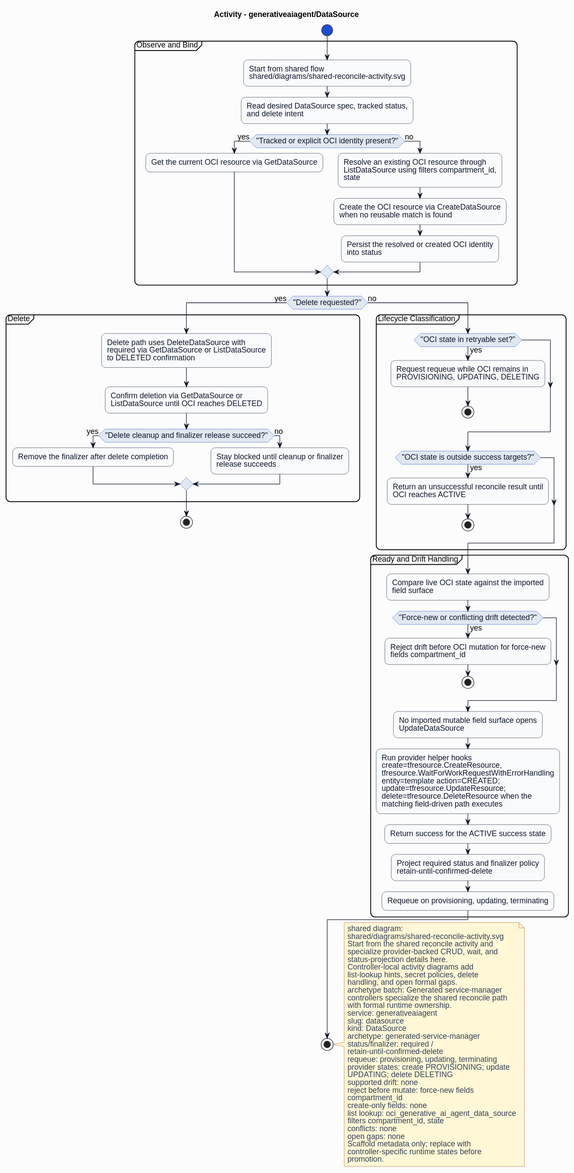
HaoyL666/oci-service-operator keeps this PlantUML diagram as formal/controllers/generativeaiagent/datasource/diagrams/activity.svg. Above is the earlier version.
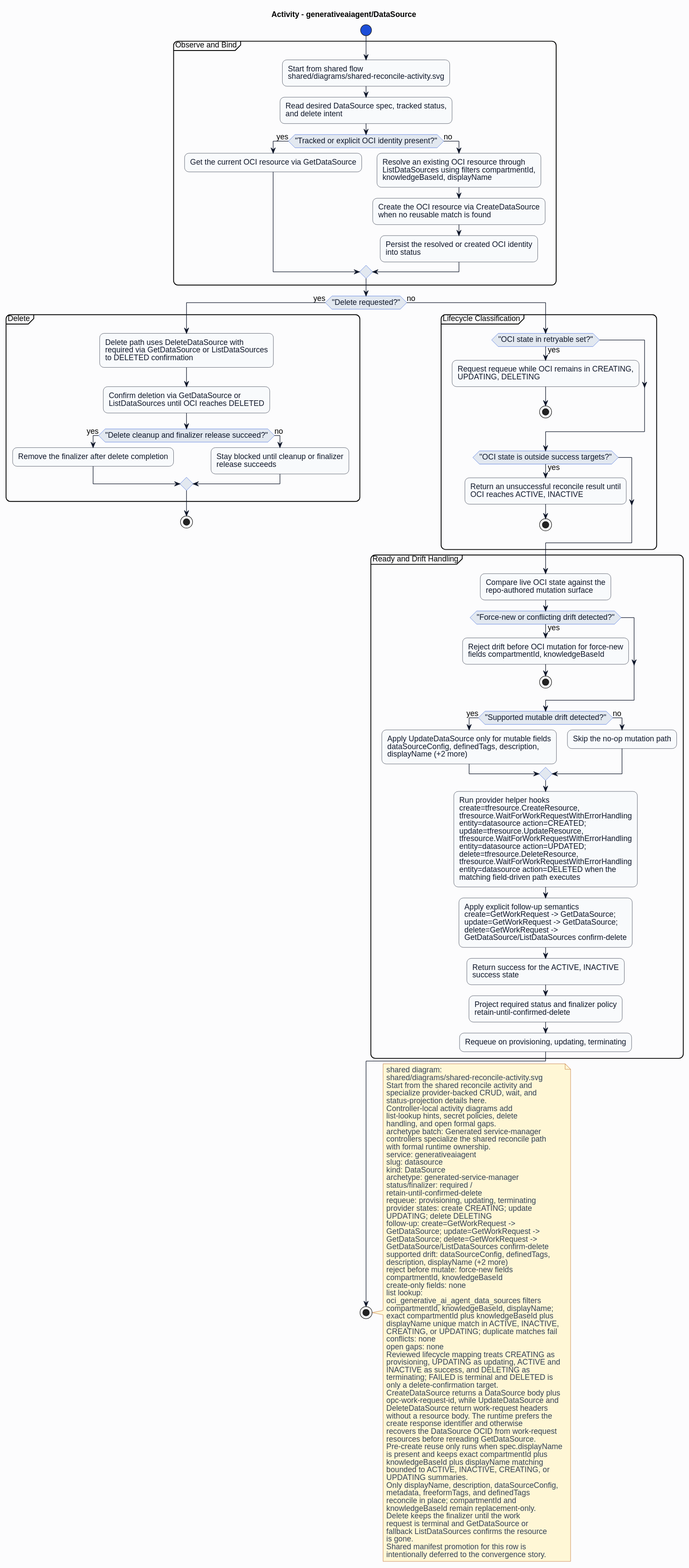
The same file after the commit.

Diff of the diagram source:
```diff
@@ -27,15 +27,15 @@
 if ("Tracked or explicit OCI identity present?") then (yes)
 :Get the current OCI resource via GetDataSource;
 else (no)
-:Resolve an existing OCI resource through\nListDataSource using filters compartment_id,\nstate;
+:Resolve an existing OCI resource through\nListDataSources using filters compartmentId,\nknowledgeBaseId, displayName;
 :Create the OCI resource via CreateDataSource\nwhen no reusable match is found;
 :Persist the resolved or created OCI identity\ninto status;
 endif
 }
 if ("Delete requested?") then (yes)
 partition "Delete" {
-:Delete path uses DeleteDataSource with\nrequired via GetDataSource or ListDataSource\nto DELETED confirmation;
-:Confirm deletion via GetDataSource or\nListDataSource until OCI reaches DELETED;
+:Delete path uses DeleteDataSource with\nrequired via GetDataSource or ListDataSources\nto DELETED confirmation;
+:Confirm deletion via GetDataSource or\nListDataSources until OCI reaches DELETED;
 if ("Delete cleanup and finalizer release succeed?") then (yes)
 :Remove the finalizer after delete completion;
 else (no)
@@ -46,23 +46,28 @@
 else (no)
 partition "Lifecycle Classification" {
 if ("OCI state in retryable set?") then (yes)
-:Request requeue while OCI remains in\nPROVISIONING, UPDATING, DELETING;
+:Request requeue while OCI remains in CREATING,\nUPDATING, DELETING;
 stop
 endif
 if ("OCI state is outside success targets?") then (yes)
-:Return an unsuccessful reconcile result until\nOCI reaches ACTIVE;
+:Return an unsuccessful reconcile result until\nOCI reaches ACTIVE, INACTIVE;
 stop
 endif
 }
 partition "Ready and Drift Handling" {
-:Compare live OCI state against the imported\nfield surface;
+:Compare live OCI state against the\nrepo-authored mutation surface;
 if ("Force-new or conflicting drift detected?") then (yes)
-:Reject drift before OCI mutation for force-new\nfields compartment_id;
+:Reject drift before OCI mutation for force-new\nfields compartmentId, knowledgeBaseId;
 stop
 endif
-:No imported mutable field surface opens\nUpdateDataSource;
-:Run provider helper hooks\ncreate=tfresource.CreateResource,\ntfresource.WaitForWorkRequestWithErrorHandling\nentity=template action=CREATED;\nupdate=tfresource.UpdateResource;\ndelete=tfresource.DeleteResource when the\nmatching field-driven path executes;
-:Return success for the ACTIVE success state;
+if ("Supported mutable drift detected?") then (yes)
+:Apply UpdateDataSource only for mutable fields\ndataSourceConfig, definedTags, description,\ndisplayName (+2 more);
+else (no)
+:Skip the no-op mutation path;
+endif
+:Run provider helper hooks\ncreate=tfresource.CreateResource,\ntfresource.WaitForWorkRequestWithErrorHandling\nentity=datasource action=CREATED;\nupdate=tfresource.UpdateResource,\ntfresource.WaitForWorkRequestWithErrorHandling\nentity=datasource action=UPDATED;\ndelete=tfresource.DeleteResource,\ntfresource.WaitForWorkRequestWithErrorHandling\nentity=datasource action=DELETED when the\nmatching field-driven path executes;
+:Apply explicit follow-up semantics\ncreate=GetWorkRequest -> GetDataSource;\nupdate=GetWorkRequest -> GetDataSource;\ndelete=GetWorkRequest ->\nGetDataSource/ListDataSources confirm-delete;
+:Return success for the ACTIVE, INACTIVE\nsuccess state;
 :Project required status and finalizer policy\nretain-until-confirmed-delete;
 :Requeue on provisioning, updating, terminating;
 }
@@ -87,18 +92,51 @@
 status/finalizer: required /
 retain-until-confirmed-delete
 requeue: provisioning, updating, terminating
-provider states: create PROVISIONING; update
+provider states: create CREATING; update
 UPDATING; delete DELETING
-supported drift: none
+follow-up: create=GetWorkRequest ->
+GetDataSource; update=GetWorkRequest ->
+GetDataSource; delete=GetWorkRequest ->
+GetDataSource/ListDataSources confirm-delete
+supported drift: dataSourceConfig, definedTags,
+description, displayName (+2 more)
 reject before mutate: force-new fields
-compartment_id
+compartmentId, knowledgeBaseId
 create-only fields: none
-list lookup: oci_generative_ai_agent_data_source
-filters compartment_id, state
+list lookup:
+oci_generative_ai_agent_data_sources filters
+compartmentId, knowledgeBaseId, displayName;
+exact compartmentId plus knowledgeBaseId plus
+displayName unique match in ACTIVE, INACTIVE,
+CREATING, or UPDATING; duplicate matches fail
 conflicts: none
 open gaps: none
-Scaffold metadata only; replace with
-controller-specific runtime states before
-promotion.
+Reviewed lifecycle mapping treats CREATING as
+provisioning, UPDATING as updating, ACTIVE and
+INACTIVE as success, and DELETING as
+terminating; FAILED is terminal and DELETED is
+only a delete-confirmation target.
+CreateDataSource returns a DataSource body plus
+opc-work-request-id, while UpdateDataSource and
+DeleteDataSource return work-request headers
+without a resource body. The runtime prefers the
+create response identifier and otherwise
+recovers the DataSource OCID from work-request
+resources before rereading GetDataSource.
+Pre-create reuse only runs when spec.displayName
+is present and keeps exact compartmentId plus
+knowledgeBaseId plus displayName matching
+bounded to ACTIVE, INACTIVE, CREATING, or
+UPDATING summaries.
+Only displayName, description, dataSourceConfig,
+metadata, freeformTags, and definedTags
+reconcile in place; compartmentId and
+knowledgeBaseId remain replacement-only.
+Delete keeps the finalizer until the work
+request is terminal and GetDataSource or
+fallback ListDataSources confirms the resource
+is gone.
+Shared manifest promotion for this row is
+intentionally deferred to the convergence story.
 end note
 @enduml
```
